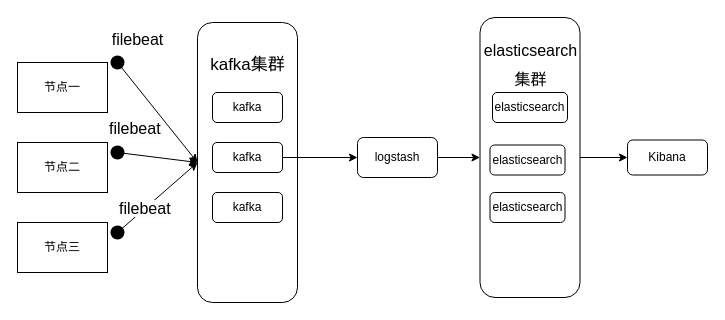
This is 日志架构图.drawio from tianshengdiwangK/common, a draw.io file, before an edit. Source tidied: cells renumbered, new cells numbered last; positions are measured from the earlier drawing's top-left corner, leaving out a move shared by most shapes. Both pictures are drawn from the tidied source at 100%, with x=0, y=0 at pixel (17, 17).
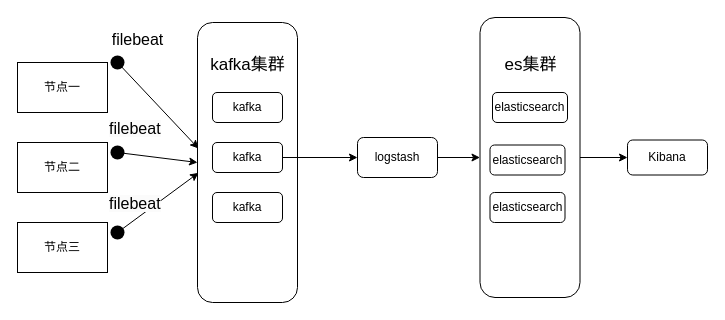
After the change.

Commit message (it also covers changes not shown here):
更新日志架构图.drawio

The change refers to these unchanged cells:
```xml
<mxCell id="6" style="shape=waypoint;sketch=0;fillStyle=solid;size=6;points=[];fillColor=none;perimeter=centerPerimeter;snapToPoint=1;strokeWidth=5;" parent="1" vertex="1">
  <mxGeometry x="90" y="35" width="20" height="20" as="geometry" />
</mxCell>
<mxCell id="10" style="shape=waypoint;sketch=0;fillStyle=solid;size=6;points=[];fillColor=none;perimeter=centerPerimeter;snapToPoint=1;strokeWidth=5;" parent="1" vertex="1">
  <mxGeometry x="90" y="205" width="20" height="20" as="geometry" />
</mxCell>
<mxCell id="11" style="rounded=1;whiteSpace=wrap;html=1;" parent="1" vertex="1">
  <mxGeometry x="180" y="5" width="100" height="280" as="geometry" />
</mxCell>
```

Diff of the diagram source:
```diff
@@
-    <mxCell id="5" style="rounded=0;jettySize=auto;html=1;entryX=0;entryY=0.5;entryDx=0;entryDy=0;" parent="1" edge="1" source="6" target="11">
+    <mxCell id="5" style="rounded=0;jettySize=auto;html=1;entryX=0.01;entryY=0.45;entryDx=0;entryDy=0;entryPerimeter=0;" parent="1" edge="1" source="6" target="11">
       <mxGeometry relative="1" as="geometry" />
     </mxCell>
@@
-    <mxCell id="9" style="rounded=0;jettySize=auto;html=1;entryX=0;entryY=0.5;entryDx=0;entryDy=0;" parent="1" edge="1" source="10" target="11">
+    <mxCell id="9" style="rounded=0;jettySize=auto;html=1;entryX=0.01;entryY=0.537;entryDx=0;entryDy=0;entryPerimeter=0;" parent="1" edge="1" source="10" target="11">
       <mxGeometry relative="1" as="geometry" />
     </mxCell>
@@
-    <mxCell id="25" value="&lt;span style=&quot;font-weight: normal; font-size: 16px;&quot;&gt;&lt;font style=&quot;font-size: 16px;&quot;&gt;elasticsearch&lt;br&gt;集群&lt;/font&gt;&lt;/span&gt;" style="text;strokeColor=none;fillColor=none;html=1;fontSize=24;fontStyle=1;verticalAlign=middle;align=center;" parent="1" vertex="1">
+    <mxCell id="25" value="&lt;span style=&quot;font-weight: 400;&quot;&gt;&lt;font style=&quot;font-size: 17px;&quot;&gt;es集群&lt;/font&gt;&lt;/span&gt;" style="text;strokeColor=none;fillColor=none;html=1;fontSize=24;fontStyle=1;verticalAlign=middle;align=center;" parent="1" vertex="1">
       <mxGeometry x="463" y="25" width="100" height="40" as="geometry" />
     </mxCell>
@@
     <mxCell id="28" value="&lt;span style=&quot;color: rgb(0, 0, 0); font-family: Helvetica; font-size: 16px; font-style: normal; font-variant-ligatures: normal; font-variant-caps: normal; font-weight: 400; letter-spacing: normal; orphans: 2; text-align: center; text-indent: 0px; text-transform: none; widows: 2; word-spacing: 0px; -webkit-text-stroke-width: 0px; background-color: rgb(251, 251, 251); text-decoration-thickness: initial; text-decoration-style: initial; text-decoration-color: initial; float: none; display: inline !important;&quot;&gt;filebeat&lt;/span&gt;" style="text;whiteSpace=wrap;html=1;" parent="1" vertex="1">
-      <mxGeometry x="100" y="175" width="90" height="40" as="geometry" />
+      <mxGeometry x="90" y="170" width="90" height="40" as="geometry" />
     </mxCell>
```
